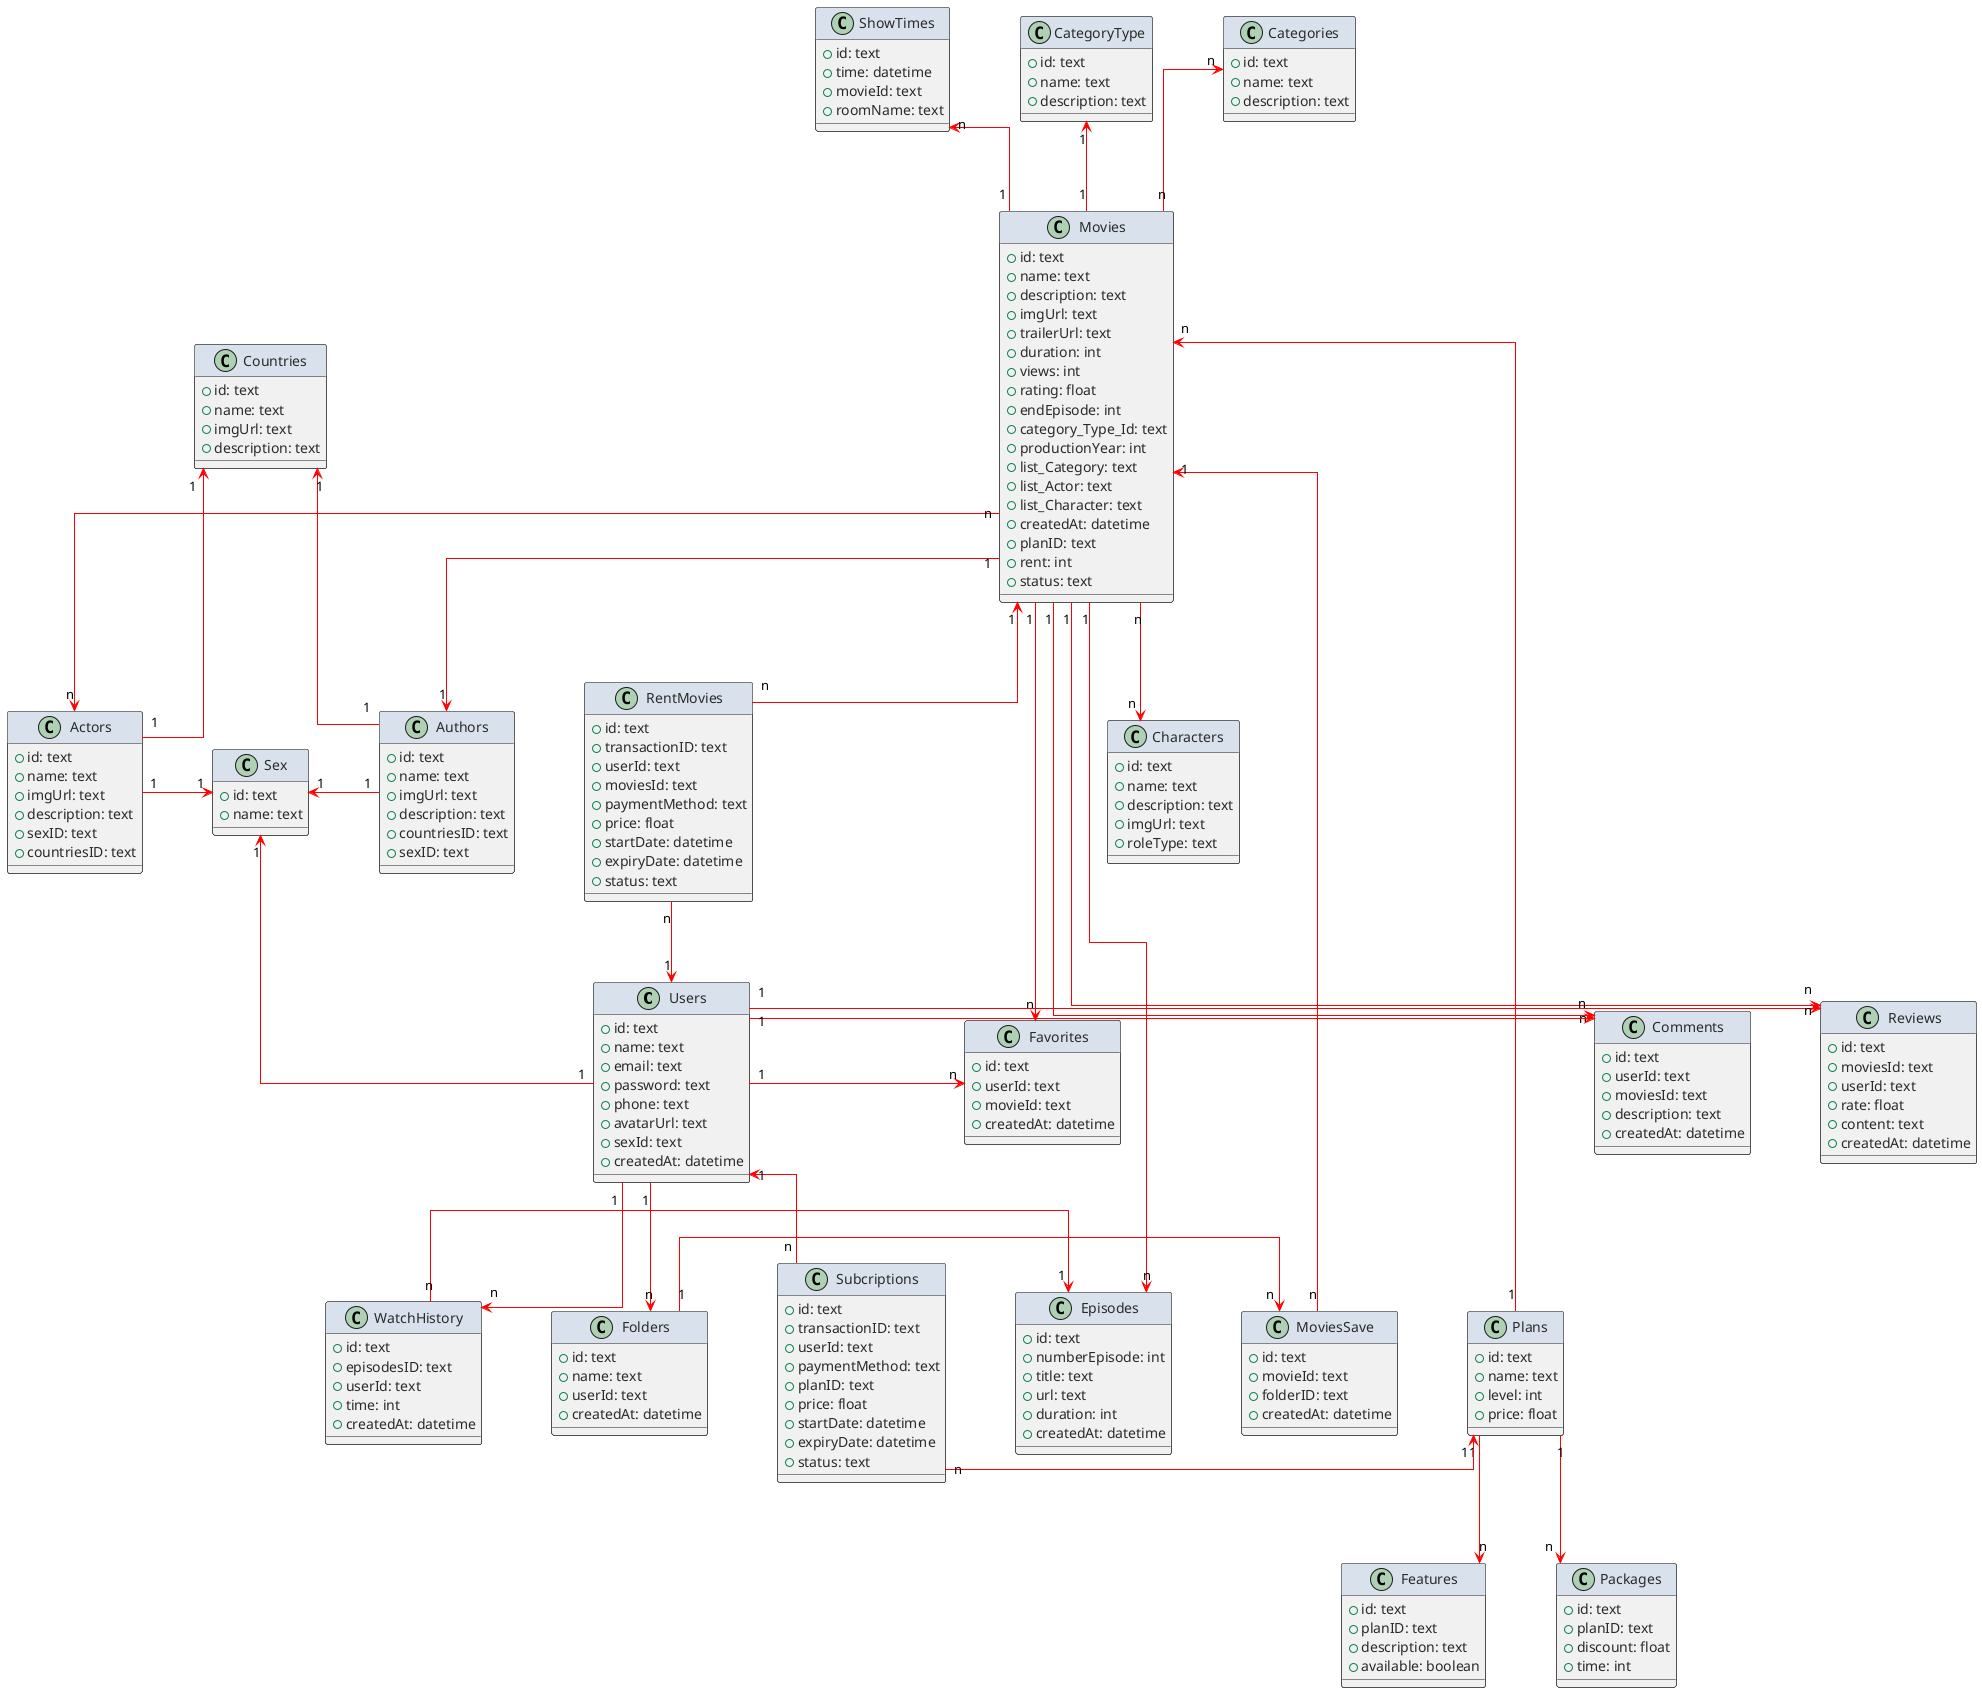
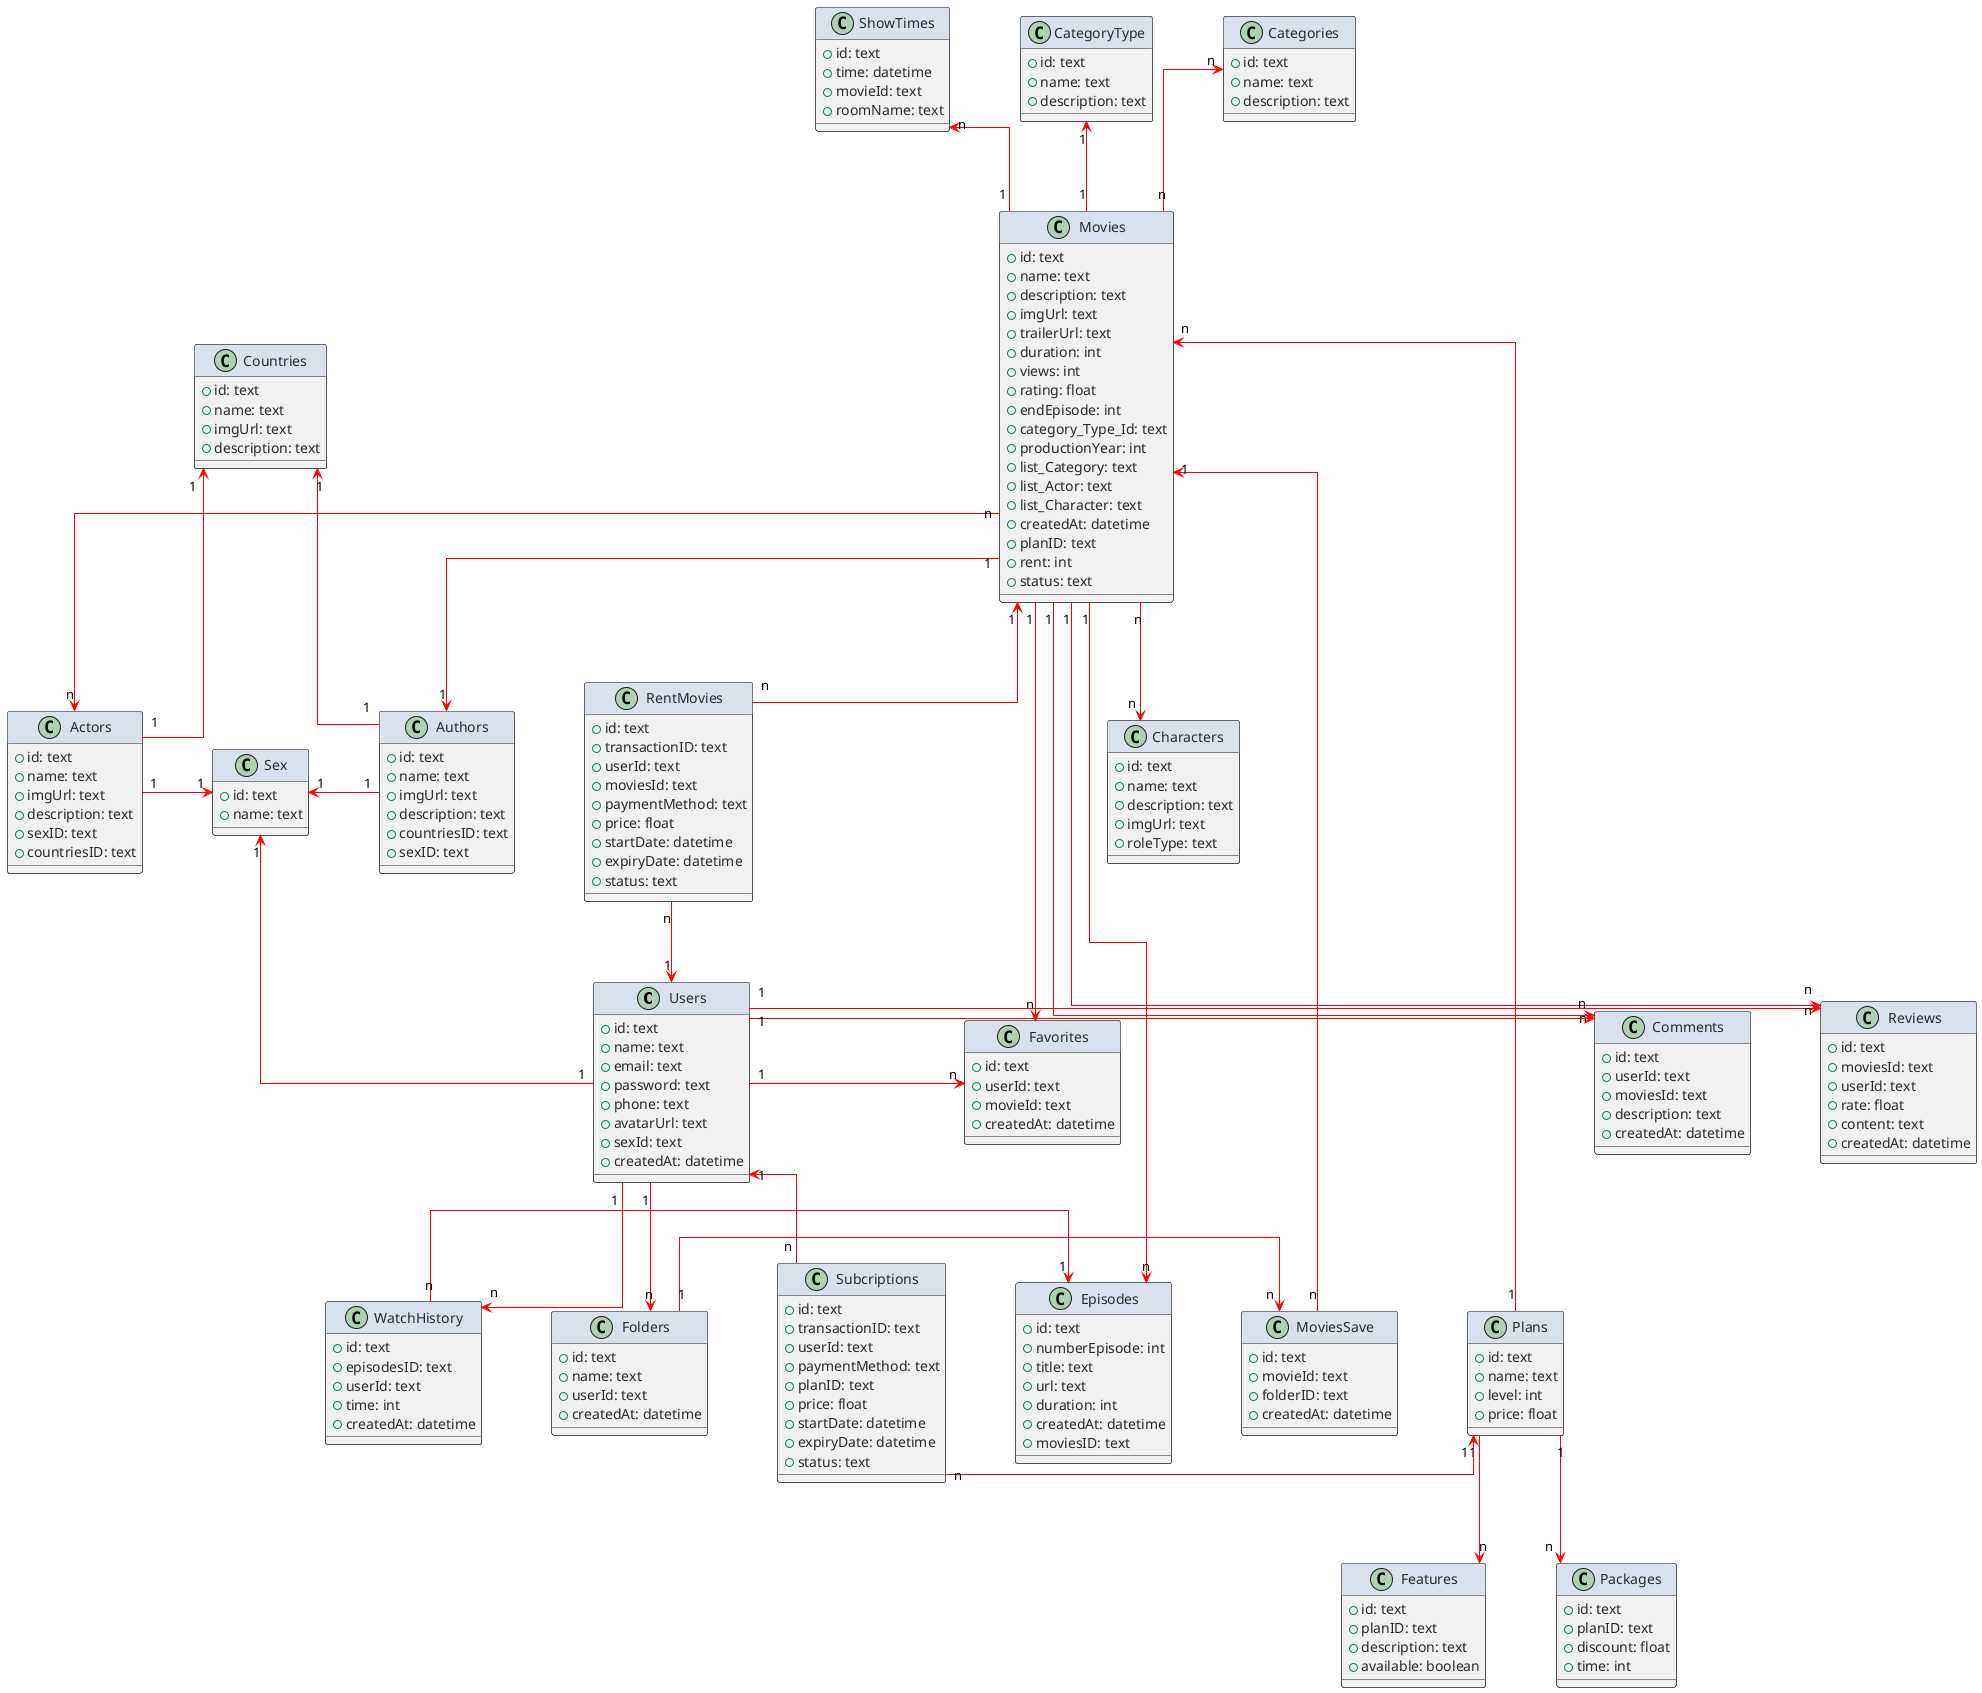
@startuml


skinparam class {
    FontColor #1A1A1A
    AttributeFontColor #2A2A2A
    AttributeIconSize 12
    HeaderBackgroundColor #D9E2EC
}
skinparam arrowColor #ff0000
skinparam nodesep 70
skinparam ranksep 80
skinparam linetype ortho

class Users {
    + id: text
    + name: text
    + email: text
    + password: text
    + phone: text
    + avatarUrl: text
    + sexId: text
    + createdAt: datetime
}

class Favorites {
    + id: text
    + userId: text
    + movieId: text
    + createdAt: datetime
}

class Folders {
    + id: text
    + name: text
    + userId: text
    + createdAt: datetime
}

class MoviesSave {
    + id: text
    + movieId: text
    + folderID: text
    + createdAt: datetime
}

class WatchHistory {
    + id: text
    + episodesID: text
    + userId: text
    + time: int
    + createdAt: datetime
}

class Movies {
    + id: text
    + name: text
    + description: text
    + imgUrl: text
    + trailerUrl: text
    + duration: int
    + views: int
    + rating: float
    + endEpisode: int
    + category_Type_Id: text
    + productionYear: int
    + list_Category: text
    + list_Actor: text
    + list_Character: text
    + createdAt: datetime
    + planID: text
    + rent: int
    + status: text
}

class Episodes {
    + id: text
    + numberEpisode: int
    + title: text
    + url: text
    + duration: int
    + createdAt: datetime
+     + moviesID: text
}

class ShowTimes {
    + id: text
    + time: datetime
    + movieId: text
    + roomName: text
}

class Categories {
    + id: text
    + name: text
    + description: text
}

class CategoryType {
    + id: text
    + name: text
    + description: text
}

class Actors {
    + id: text
    + name: text
    + imgUrl: text
    + description: text
    + sexID: text
    + countriesID: text
}

class Authors {
    + id: text
    + name: text
    + imgUrl: text
    + description: text
    + countriesID: text
    + sexID: text
}

class Characters {
    + id: text
    + name: text
    + description: text
    + imgUrl: text
    + roleType: text
}

class Reviews {
    + id: text
    + moviesId: text
    + userId: text
    + rate: float
    + content: text
    + createdAt: datetime
}

class Comments {
    + id: text
    + userId: text
    + moviesId: text
    + description: text
    + createdAt: datetime
}

class RentMovies {
    + id: text
    + transactionID: text
    + userId: text
    + moviesId: text
    + paymentMethod: text
    + price: float
    + startDate: datetime
    + expiryDate: datetime
    + status: text
}

class Subcriptions {
    + id: text
    + transactionID: text
    + userId: text
    + paymentMethod: text
    + planID: text
    + price: float
    + startDate: datetime
    + expiryDate: datetime
    + status: text
}

class Plans {
    + id: text
    + name: text
    + level: int
    + price: float
}

class Features {
    + id: text
    + planID: text
    + description: text
    + available: boolean
}

class Packages {
    + id: text
    + planID: text
    + discount: float
    + time: int
}

class Countries {
    + id: text
    + name: text
    + imgUrl: text
    + description: text
}

class Sex {
    + id: text
    + name: text
}

Movies "1" -down-> "n" Favorites
Movies "n" -down-> "n" Actors
Movies "1" -down-> "1" Authors
Movies "1" -right-> "n" Episodes
Movies "n" -down-> "n" Characters
Movies "n" -up-> "n" Categories
Movies "1" -left-> "n" Reviews
Movies "1" -left-> "n" Comments
Movies "1" -up-> "1" CategoryType
Movies "1" -up-> "n" ShowTimes

Actors "1" -right-> "1" Sex
Authors "1" -left-> "1" Sex
Users "1" -up-> "1" Sex
Actors "1" -up-> "1" Countries
Authors "1" -up-> "1" Countries

Users "1" -right-> "n" Favorites
Users "1" -right-> "n" Comments
Users "1" -right-> "n" Reviews
Users "1" -down-> "n" Folders
Users "1" -down-> "n" WatchHistory

Folders "1" -right-> "n" MoviesSave
WatchHistory "n" -right-> "1" Episodes

Plans "1" -down-> "n" Features
Plans "1" -down-> "n" Packages
Plans "1" -left-> "n" Movies

RentMovies "n" -down-> "1" Users
RentMovies "n" -up-> "1" Movies

Subcriptions "n" -up-> "1" Users
Subcriptions "n" -right-> "1" Plans

MoviesSave "n" -up-> "1" Movies

@enduml